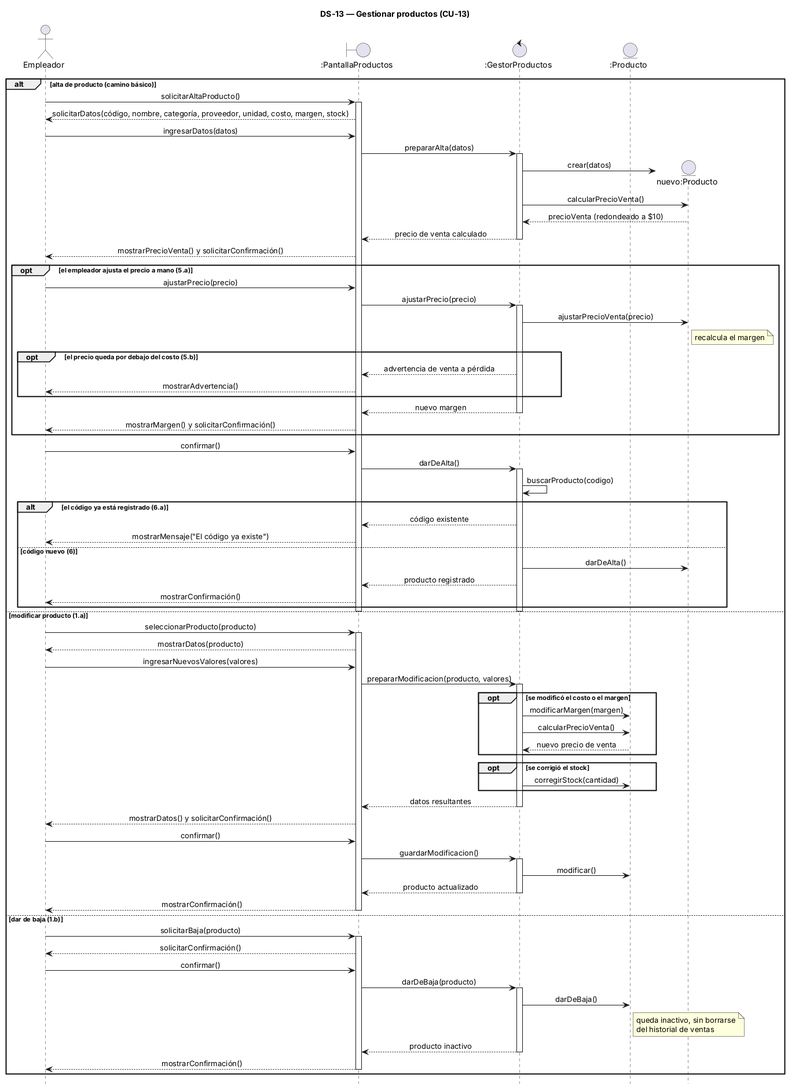
Above: 08-Diagrama De Secuencia/DS-13 Gestionar productos.png in alanbalzaretti123/control-de-stock1 (PlantUML), before the change.
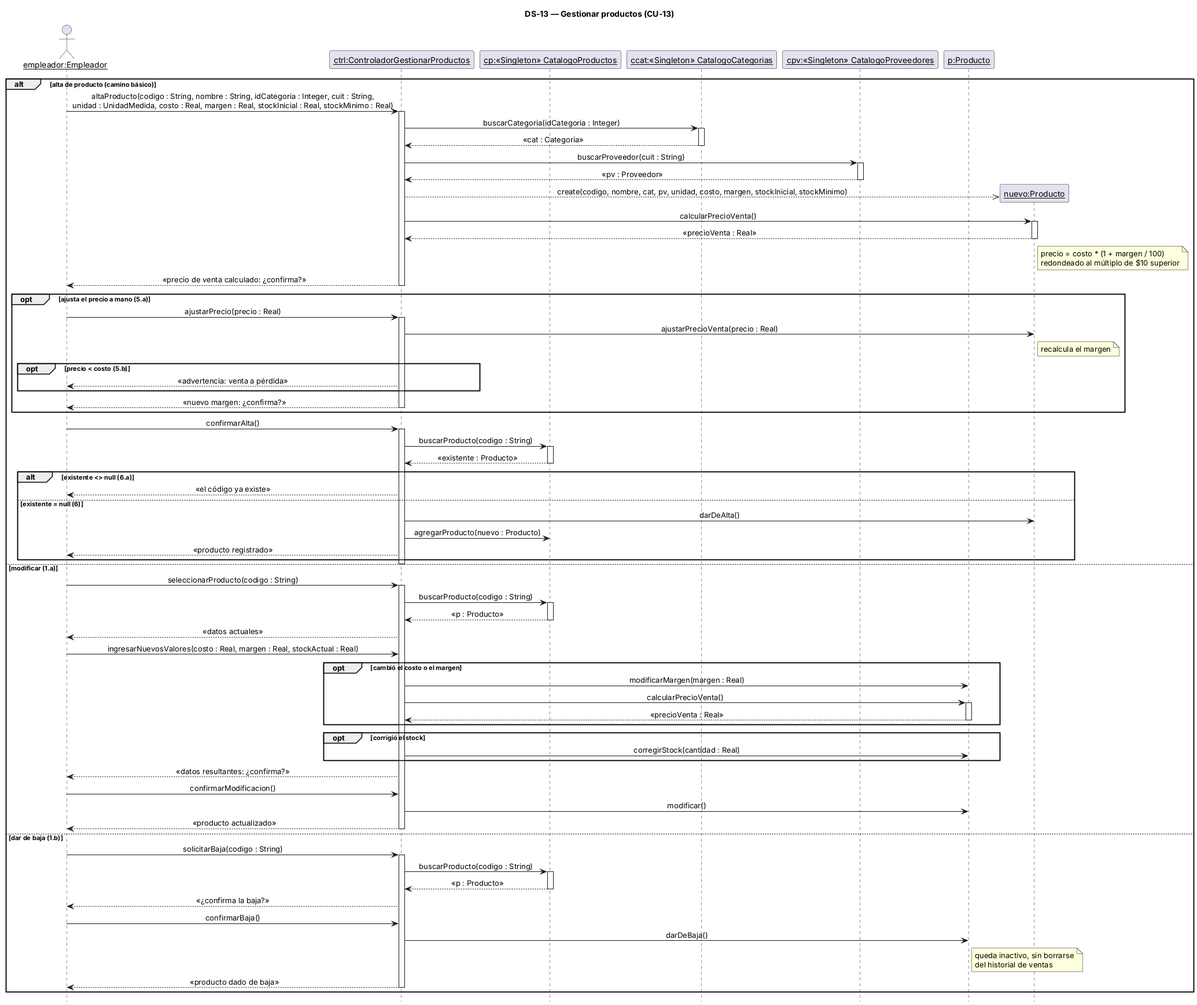
Later version of the same file.

The edit, as a diff of the source:
```diff
@@ -3,96 +3,96 @@
 hide footbox
 skinparam sequenceMessageAlign center
 skinparam responseMessageBelowArrow true
+skinparam sequenceParticipant underline
 
-actor "Empleador" as U
-boundary ":PantallaProductos" as P
-control ":GestorProductos" as G
-entity ":Producto" as PR
+actor "empleador:Empleador" as U
+participant "ctrl:ControladorGestionarProductos" as C
+participant "cp:«Singleton» CatalogoProductos" as CP
+participant "ccat:«Singleton» CatalogoCategorias" as CCAT
+participant "cpv:«Singleton» CatalogoProveedores" as CPV
+participant "p:Producto" as P
 
 alt alta de producto (camino básico)
-  U -> P : solicitarAltaProducto()
-  activate P
-  P --> U : solicitarDatos(código, nombre, categoría, proveedor, unidad, costo, margen, stock)
-  U -> P : ingresarDatos(datos)
-  P -> G : prepararAlta(datos)
-  activate G
-  create entity "nuevo:Producto" as N
-  G -> N : crear(datos)
-  G -> N : calcularPrecioVenta()
-  N --> G : precioVenta (redondeado a $10)
-  G --> P : precio de venta calculado
-  deactivate G
-  P --> U : mostrarPrecioVenta() y solicitarConfirmación()
-
-  opt el empleador ajusta el precio a mano (5.a)
-    U -> P : ajustarPrecio(precio)
-    P -> G : ajustarPrecio(precio)
-    activate G
-    G -> N : ajustarPrecioVenta(precio)
+  U -> C : altaProducto(codigo : String, nombre : String, idCategoria : Integer, cuit : String,\nunidad : UnidadMedida, costo : Real, margen : Real, stockInicial : Real, stockMinimo : Real)
+  activate C
+  C -> CCAT : buscarCategoria(idCategoria : Integer)
+  activate CCAT
+  CCAT --> C : «cat : Categoria»
+  deactivate CCAT
+  C -> CPV : buscarProveedor(cuit : String)
+  activate CPV
+  CPV --> C : «pv : Proveedor»
+  deactivate CPV
+  create participant "nuevo:Producto" as N
+  C -->> N : create(codigo, nombre, cat, pv, unidad, costo, margen, stockInicial, stockMinimo)
+  C -> N : calcularPrecioVenta()
+  activate N
+  N --> C : «precioVenta : Real»
+  deactivate N
+  note right of N : precio = costo * (1 + margen / 100)\nredondeado al múltiplo de $10 superior
+  C --> U : «precio de venta calculado: ¿confirma?»
+  deactivate C
+  opt ajusta el precio a mano (5.a)
+    U -> C : ajustarPrecio(precio : Real)
+    activate C
+    C -> N : ajustarPrecioVenta(precio : Real)
     note right of N : recalcula el margen
-    opt el precio queda por debajo del costo (5.b)
-      G --> P : advertencia de venta a pérdida
-      P --> U : mostrarAdvertencia()
+    opt precio < costo (5.b)
+      C --> U : «advertencia: venta a pérdida»
     end
-    G --> P : nuevo margen
-    deactivate G
-    P --> U : mostrarMargen() y solicitarConfirmación()
+    C --> U : «nuevo margen: ¿confirma?»
+    deactivate C
   end
-
-  U -> P : confirmar()
-  P -> G : darDeAlta()
-  activate G
-  G -> G : buscarProducto(codigo)
-  alt el código ya está registrado (6.a)
-    G --> P : código existente
-    P --> U : mostrarMensaje("El código ya existe")
-  else código nuevo (6)
-    G -> N : darDeAlta()
-    G --> P : producto registrado
-    P --> U : mostrarConfirmación()
+  U -> C : confirmarAlta()
+  activate C
+  C -> CP : buscarProducto(codigo : String)
+  activate CP
+  CP --> C : «existente : Producto»
+  deactivate CP
+  alt existente <> null (6.a)
+    C --> U : «el código ya existe»
+  else existente = null (6)
+    C -> N : darDeAlta()
+    C -> CP : agregarProducto(nuevo : Producto)
+    C --> U : «producto registrado»
   end
-  deactivate G
-  deactivate P
-
-else modificar producto (1.a)
-  U -> P : seleccionarProducto(producto)
-  activate P
-  P --> U : mostrarDatos(producto)
-  U -> P : ingresarNuevosValores(valores)
-  P -> G : prepararModificacion(producto, valores)
-  activate G
-  opt se modificó el costo o el margen
-    G -> PR : modificarMargen(margen)
-    G -> PR : calcularPrecioVenta()
-    PR --> G : nuevo precio de venta
+  deactivate C
+else modificar (1.a)
+  U -> C : seleccionarProducto(codigo : String)
+  activate C
+  C -> CP : buscarProducto(codigo : String)
+  activate CP
+  CP --> C : «p : Producto»
+  deactivate CP
+  C --> U : «datos actuales»
+  U -> C : ingresarNuevosValores(costo : Real, margen : Real, stockActual : Real)
+  opt cambió el costo o el margen
+    C -> P : modificarMargen(margen : Real)
+    C -> P : calcularPrecioVenta()
+    activate P
+    P --> C : «precioVenta : Real»
+    deactivate P
   end
-  opt se corrigió el stock
-    G -> PR : corregirStock(cantidad)
+  opt corrigió el stock
+    C -> P : corregirStock(cantidad : Real)
   end
-  G --> P : datos resultantes
-  deactivate G
-  P --> U : mostrarDatos() y solicitarConfirmación()
-  U -> P : confirmar()
-  P -> G : guardarModificacion()
-  activate G
-  G -> PR : modificar()
-  G --> P : producto actualizado
-  deactivate G
-  P --> U : mostrarConfirmación()
-  deactivate P
-
+  C --> U : «datos resultantes: ¿confirma?»
+  U -> C : confirmarModificacion()
+  C -> P : modificar()
+  C --> U : «producto actualizado»
+  deactivate C
 else dar de baja (1.b)
-  U -> P : solicitarBaja(producto)
-  activate P
-  P --> U : solicitarConfirmación()
-  U -> P : confirmar()
-  P -> G : darDeBaja(producto)
-  activate G
-  G -> PR : darDeBaja()
-  note right of PR : queda inactivo, sin borrarse\ndel historial de ventas
-  G --> P : producto inactivo
-  deactivate G
-  P --> U : mostrarConfirmación()
-  deactivate P
+  U -> C : solicitarBaja(codigo : String)
+  activate C
+  C -> CP : buscarProducto(codigo : String)
+  activate CP
+  CP --> C : «p : Producto»
+  deactivate CP
+  C --> U : «¿confirma la baja?»
+  U -> C : confirmarBaja()
+  C -> P : darDeBaja()
+  note right of P : queda inactivo, sin borrarse\ndel historial de ventas
+  C --> U : «producto dado de baja»
+  deactivate C
 end
 @enduml
```
